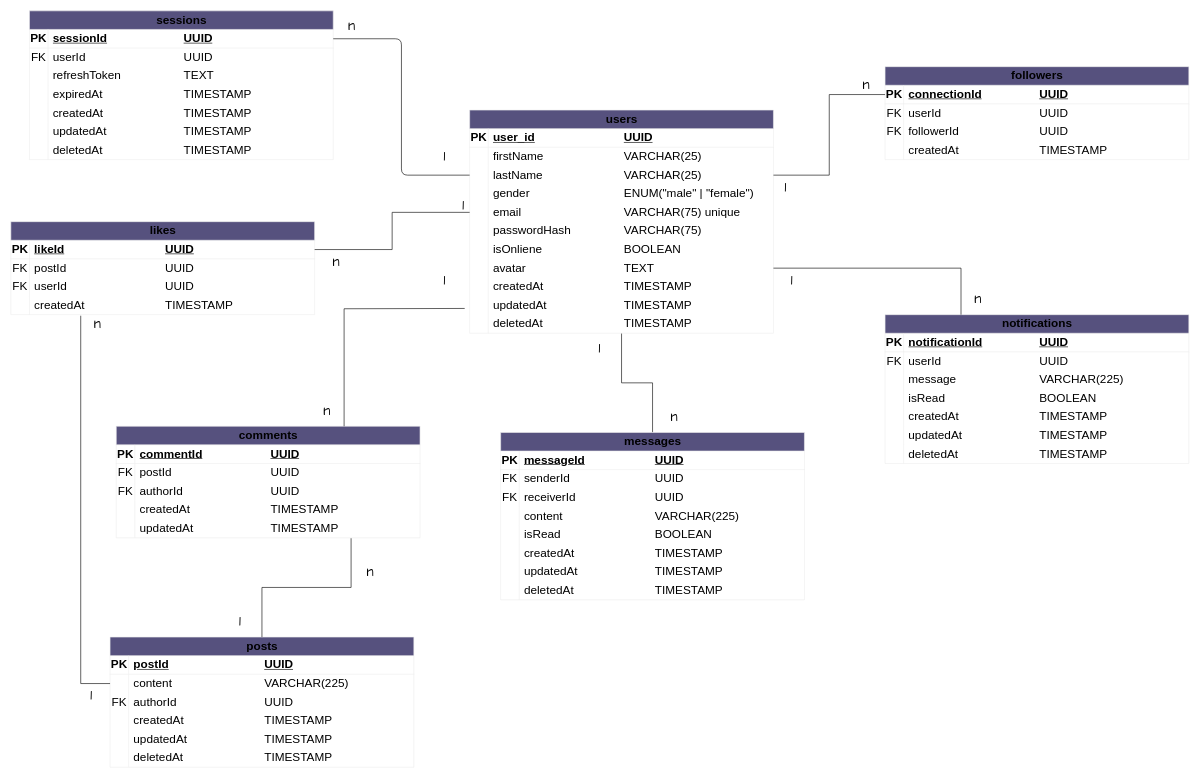
The draw.io diagram ERD/lyra-erd.drawio in Novpa/Lyra, before the edit. Source tidied: cells renumbered, new cells numbered last; positions are measured from the earlier drawing's top-left corner, leaving out a move shared by most shapes. Both pictures are drawn from the tidied source at 62%, with x=0, y=0 at pixel (11, 11).
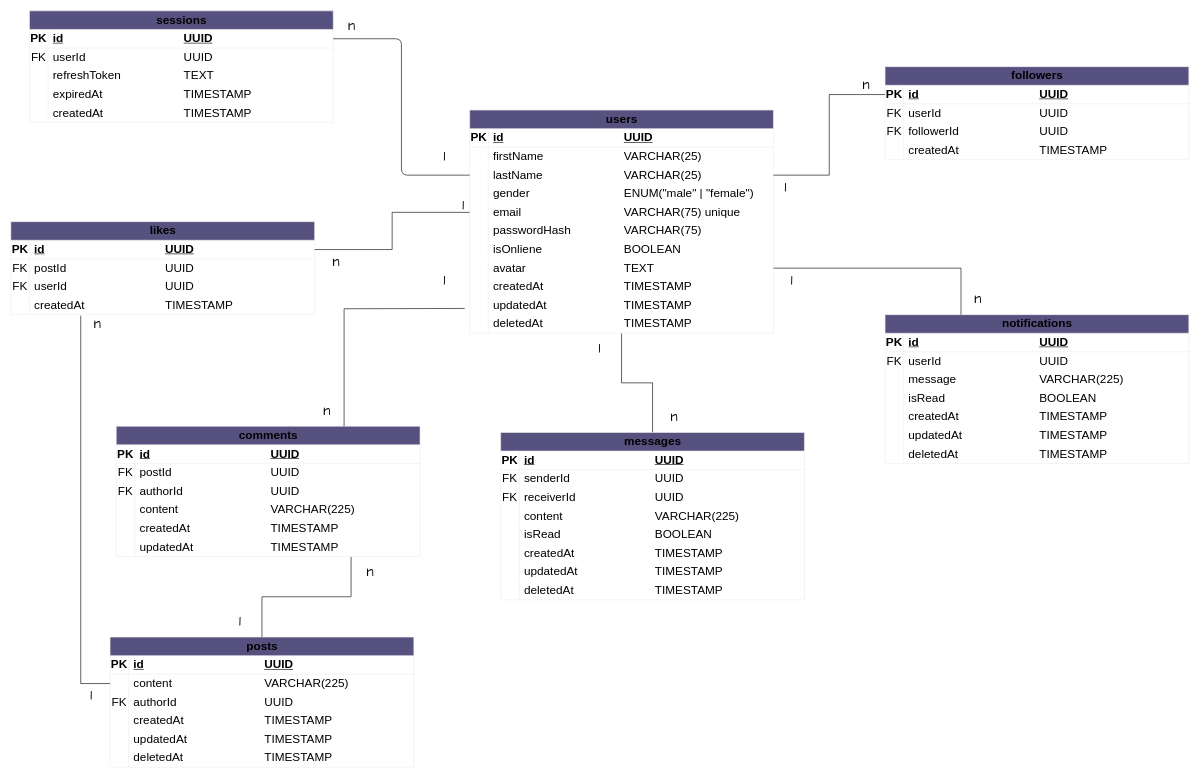
Above is the later version.

Commit message (it also covers changes not shown here):
feat: update ERD and database schema for social features

The change refers to these unchanged cells:
```xml
<mxCell id="4" style="shape=tableRow;horizontal=0;startSize=0;swimlaneHead=0;swimlaneBody=0;fillColor=none;top=0;left=0;right=0;bottom=1;fontSize=19;labelBackgroundColor=none;strokeColor=#EEEEEE;fontColor=light-dark(#000000,#FFFFFF);rounded=0;" parent="3" vertex="1">
  <mxGeometry y="30" width="490" height="30" as="geometry" />
</mxCell>
<mxCell id="38" style="shape=tableRow;horizontal=0;startSize=0;swimlaneHead=0;swimlaneBody=0;fillColor=none;points=[[0,0.5],[1,0.5]];portConstraint=eastwest;top=0;left=0;right=0;bottom=1;fontSize=19;labelBackgroundColor=none;strokeColor=#EEEEEE;fontColor=light-dark(#000000,#FFFFFF);rounded=0;" parent="37" vertex="1">
  <mxGeometry y="30" width="490" height="30" as="geometry" />
</mxCell>
<mxCell id="63" style="shape=tableRow;horizontal=0;startSize=0;swimlaneHead=0;swimlaneBody=0;fillColor=none;top=0;left=0;right=0;bottom=1;fontSize=19;labelBackgroundColor=none;strokeColor=#EEEEEE;fontColor=light-dark(#000000,#FFFFFF);rounded=0;" parent="62" vertex="1">
  <mxGeometry y="30" width="490" height="30" as="geometry" />
</mxCell>
<mxCell id="79" style="shape=tableRow;horizontal=0;startSize=0;swimlaneHead=0;swimlaneBody=0;fillColor=none;top=0;left=0;right=0;bottom=1;fontSize=19;labelBackgroundColor=none;strokeColor=#EEEEEE;fontColor=light-dark(#000000,#FFFFFF);rounded=0;" parent="78" vertex="1">
  <mxGeometry y="30" width="490" height="30" as="geometry" />
</mxCell>
<mxCell id="103" style="shape=tableRow;horizontal=0;startSize=0;swimlaneHead=0;swimlaneBody=0;fillColor=none;top=0;left=0;right=0;bottom=1;fontSize=19;labelBackgroundColor=none;strokeColor=#EEEEEE;fontColor=light-dark(#000000,#FFFFFF);rounded=0;" parent="102" vertex="1">
  <mxGeometry y="30" width="490" height="30" as="geometry" />
</mxCell>
<mxCell id="130" style="shape=tableRow;horizontal=0;startSize=0;swimlaneHead=0;swimlaneBody=0;fillColor=none;top=0;left=0;right=0;bottom=1;fontSize=19;labelBackgroundColor=none;strokeColor=#EEEEEE;fontColor=light-dark(#000000,#FFFFFF);rounded=0;" parent="129" vertex="1">
  <mxGeometry y="30" width="490" height="30" as="geometry" />
</mxCell>
<mxCell id="155" style="shape=tableRow;horizontal=0;startSize=0;swimlaneHead=0;swimlaneBody=0;fillColor=none;points=[[0,0.5],[1,0.5]];portConstraint=eastwest;top=0;left=0;right=0;bottom=1;fontSize=19;labelBackgroundColor=none;strokeColor=#EEEEEE;fontColor=light-dark(#000000,#FFFFFF);rounded=0;" parent="154" vertex="1">
  <mxGeometry y="30" width="490" height="30" as="geometry" />
</mxCell>
<mxCell id="168" style="shape=tableRow;horizontal=0;startSize=0;swimlaneHead=0;swimlaneBody=0;fillColor=none;points=[[0,0.5],[1,0.5]];portConstraint=eastwest;top=0;left=0;right=0;bottom=1;fontSize=19;labelBackgroundColor=none;strokeColor=#EEEEEE;fontColor=light-dark(#000000,#FFFFFF);rounded=0;" parent="167" vertex="1">
  <mxGeometry y="30" width="490" height="30" as="geometry" />
</mxCell>
```

Change to the diagram source:
```diff
@@
-    <mxCell id="6" value="user_id&lt;span style=&quot;white-space: pre;&quot;&gt;&#9;&lt;/span&gt;&lt;span style=&quot;white-space: pre;&quot;&gt;&#9;&lt;/span&gt;&lt;span style=&quot;white-space: pre;&quot;&gt;&#9;&lt;/span&gt;&lt;span style=&quot;white-space: pre;&quot;&gt;&#9;&lt;/span&gt;UUID" style="shape=partialRectangle;fillColor=none;top=0;left=0;bottom=0;right=0;align=left;spacingLeft=6;fontStyle=5;overflow=hidden;whiteSpace=wrap;html=1;fontSize=19;labelBackgroundColor=none;strokeColor=#EEEEEE;fontColor=light-dark(#000000,#FFFFFF);rounded=0;" parent="4" vertex="1">
+    <mxCell id="6" value="id&lt;span style=&quot;white-space: pre;&quot;&gt;&#9;&lt;/span&gt;&lt;span style=&quot;white-space: pre;&quot;&gt;&#9;&lt;/span&gt;&lt;span style=&quot;white-space: pre;&quot;&gt;&#9;&lt;/span&gt;&lt;span style=&quot;white-space: pre;&quot;&gt;&#9;&lt;/span&gt;&lt;span style=&quot;white-space: pre;&quot;&gt;&#9;&lt;/span&gt;UUID" style="shape=partialRectangle;fillColor=none;top=0;left=0;bottom=0;right=0;align=left;spacingLeft=6;fontStyle=5;overflow=hidden;whiteSpace=wrap;html=1;fontSize=19;labelBackgroundColor=none;strokeColor=#EEEEEE;fontColor=light-dark(#000000,#FFFFFF);rounded=0;" parent="4" vertex="1">
       <mxGeometry x="30" width="460" height="30" as="geometry" />
     </mxCell>
@@
     <mxCell id="37" value="sessions" style="shape=table;startSize=30;childLayout=tableLayout;rowLines=0;fontStyle=1;align=center;html=1;fontSize=19;labelBackgroundColor=none;fillColor=#56517E;strokeColor=#EEEEEE;fontColor=light-dark(#000000,#FFFFFF);rounded=0;" parent="1" vertex="1">
-      <mxGeometry x="30" width="490" height="240" as="geometry" />
+      <mxGeometry x="30" width="490" height="180" as="geometry" />
     </mxCell>
@@
-    <mxCell id="40" value="sessionId&lt;span style=&quot;white-space: pre;&quot;&gt;&#9;&lt;/span&gt;&lt;span style=&quot;white-space: pre;&quot;&gt;&#9;&lt;/span&gt;&lt;span style=&quot;white-space: pre;&quot;&gt;&#9;&lt;/span&gt;UUID" style="shape=partialRectangle;fillColor=none;top=0;left=0;bottom=0;right=0;align=left;spacingLeft=6;fontStyle=5;overflow=hidden;whiteSpace=wrap;html=1;fontSize=19;labelBackgroundColor=none;strokeColor=#EEEEEE;fontColor=light-dark(#000000,#FFFFFF);rounded=0;" parent="38" vertex="1">
+    <mxCell id="40" value="id&lt;span style=&quot;white-space: pre;&quot;&gt;&#9;&lt;/span&gt;&lt;span style=&quot;white-space: pre;&quot;&gt;&#9;&lt;/span&gt;&lt;span style=&quot;white-space: pre;&quot;&gt;&#9;&lt;/span&gt;&lt;span style=&quot;white-space: pre;&quot;&gt;&#9;&lt;/span&gt;&lt;span style=&quot;white-space: pre;&quot;&gt;&#9;&lt;/span&gt;UUID" style="shape=partialRectangle;fillColor=none;top=0;left=0;bottom=0;right=0;align=left;spacingLeft=6;fontStyle=5;overflow=hidden;whiteSpace=wrap;html=1;fontSize=19;labelBackgroundColor=none;strokeColor=#EEEEEE;fontColor=light-dark(#000000,#FFFFFF);rounded=0;" parent="38" vertex="1">
       <mxGeometry x="30" width="460" height="30" as="geometry" />
     </mxCell>
@@
-    <mxCell id="53" style="shape=tableRow;horizontal=0;startSize=0;swimlaneHead=0;swimlaneBody=0;fillColor=none;top=0;left=0;right=0;bottom=0;fontSize=19;labelBackgroundColor=none;strokeColor=#EEEEEE;fontColor=light-dark(#000000,#FFFFFF);rounded=0;" parent="37" vertex="1">
-      <mxGeometry y="180" width="490" height="30" as="geometry" />
-    </mxCell>
-    <mxCell id="54" style="shape=partialRectangle;fillColor=none;top=0;left=0;bottom=0;right=0;overflow=hidden;whiteSpace=wrap;html=1;fontSize=19;labelBackgroundColor=none;strokeColor=#EEEEEE;fontColor=light-dark(#000000,#FFFFFF);rounded=0;" parent="53" vertex="1">
-      <mxGeometry width="30" height="30" as="geometry" />
-    </mxCell>
-    <mxCell id="55" value="updatedAt&lt;span style=&quot;white-space: pre;&quot;&gt;&#9;&lt;/span&gt;&lt;span style=&quot;white-space: pre;&quot;&gt;&#9;&lt;/span&gt;&lt;span style=&quot;white-space: pre;&quot;&gt;&#9;&lt;/span&gt;TIMESTAMP" style="shape=partialRectangle;fillColor=none;top=0;left=0;bottom=0;right=0;align=left;spacingLeft=6;overflow=hidden;whiteSpace=wrap;html=1;fontSize=19;labelBackgroundColor=none;strokeColor=#EEEEEE;fontColor=light-dark(#000000,#FFFFFF);rounded=0;" parent="53" vertex="1">
-      <mxGeometry x="30" width="460" height="30" as="geometry" />
-    </mxCell>
-    <mxCell id="56" style="shape=tableRow;horizontal=0;startSize=0;swimlaneHead=0;swimlaneBody=0;fillColor=none;top=0;left=0;right=0;bottom=0;fontSize=19;labelBackgroundColor=none;strokeColor=#EEEEEE;fontColor=light-dark(#000000,#FFFFFF);rounded=0;" parent="37" vertex="1">
-      <mxGeometry y="210" width="490" height="30" as="geometry" />
-    </mxCell>
-    <mxCell id="57" style="shape=partialRectangle;fillColor=none;top=0;left=0;bottom=0;right=0;overflow=hidden;whiteSpace=wrap;html=1;fontSize=19;labelBackgroundColor=none;strokeColor=#EEEEEE;fontColor=light-dark(#000000,#FFFFFF);rounded=0;" parent="56" vertex="1">
-      <mxGeometry width="30" height="30" as="geometry" />
-    </mxCell>
-    <mxCell id="58" value="deletedAt&lt;span style=&quot;white-space: pre;&quot;&gt;&#9;&lt;/span&gt;&lt;span style=&quot;white-space: pre;&quot;&gt;&#9;&lt;/span&gt;&lt;span style=&quot;white-space: pre;&quot;&gt;&#9;&lt;/span&gt;&lt;span style=&quot;white-space: pre;&quot;&gt;&#9;&lt;/span&gt;TIMESTAMP" style="shape=partialRectangle;fillColor=none;top=0;left=0;bottom=0;right=0;align=left;spacingLeft=6;overflow=hidden;whiteSpace=wrap;html=1;fontSize=19;labelBackgroundColor=none;strokeColor=#EEEEEE;fontColor=light-dark(#000000,#FFFFFF);rounded=0;" parent="56" vertex="1">
-      <mxGeometry x="30" width="460" height="30" as="geometry" />
-    </mxCell>
@@
     <mxCell id="62" value="comments" style="shape=table;startSize=30;childLayout=tableLayout;rowLines=0;fontStyle=1;align=center;html=1;fontSize=19;labelBackgroundColor=none;fillColor=#56517E;strokeColor=#EEEEEE;fontColor=light-dark(#000000,#FFFFFF);rounded=0;" parent="1" vertex="1">
-      <mxGeometry x="170" y="670" width="490" height="180" as="geometry" />
+      <mxGeometry x="170" y="670" width="490" height="210" as="geometry" />
     </mxCell>
@@
-    <mxCell id="65" value="commentId&lt;span style=&quot;white-space: pre;&quot;&gt;&#9;&lt;/span&gt;&lt;span style=&quot;white-space: pre;&quot;&gt;&#9;&lt;/span&gt;&lt;span style=&quot;white-space: pre;&quot;&gt;&#9;&lt;/span&gt;UUID" style="shape=partialRectangle;fillColor=none;top=0;left=0;bottom=0;right=0;align=left;spacingLeft=6;fontStyle=5;overflow=hidden;whiteSpace=wrap;html=1;fontSize=19;labelBackgroundColor=none;strokeColor=#EEEEEE;fontColor=light-dark(#000000,#FFFFFF);rounded=0;" parent="63" vertex="1">
+    <mxCell id="65" value="id&lt;span style=&quot;white-space: pre;&quot;&gt;&#9;&lt;/span&gt;&lt;span style=&quot;white-space: pre;&quot;&gt;&#9;&lt;/span&gt;&lt;span style=&quot;white-space: pre;&quot;&gt;&#9;&lt;/span&gt;&lt;span style=&quot;white-space: pre;&quot;&gt;&#9;&lt;/span&gt;&lt;span style=&quot;white-space: pre;&quot;&gt;&#9;&lt;/span&gt;UUID" style="shape=partialRectangle;fillColor=none;top=0;left=0;bottom=0;right=0;align=left;spacingLeft=6;fontStyle=5;overflow=hidden;whiteSpace=wrap;html=1;fontSize=19;labelBackgroundColor=none;strokeColor=#EEEEEE;fontColor=light-dark(#000000,#FFFFFF);rounded=0;" parent="63" vertex="1">
       <mxGeometry x="30" width="460" height="30" as="geometry" />
     </mxCell>
@@
+    <mxCell id="190" style="shape=tableRow;horizontal=0;startSize=0;swimlaneHead=0;swimlaneBody=0;fillColor=none;top=0;left=0;right=0;bottom=0;fontSize=19;labelBackgroundColor=none;strokeColor=#EEEEEE;fontColor=light-dark(#000000,#FFFFFF);rounded=0;" parent="62" vertex="1">
+      <mxGeometry y="120" width="490" height="30" as="geometry" />
+    </mxCell>
+    <mxCell id="191" style="shape=partialRectangle;fillColor=none;top=0;left=0;bottom=0;right=0;overflow=hidden;whiteSpace=wrap;html=1;fontSize=19;labelBackgroundColor=none;strokeColor=#EEEEEE;fontColor=light-dark(#000000,#FFFFFF);rounded=0;" parent="190" vertex="1">
+      <mxGeometry width="30" height="30" as="geometry" />
+    </mxCell>
+    <mxCell id="192" value="content&lt;span style=&quot;white-space: pre;&quot;&gt;&#9;&lt;/span&gt;&lt;span style=&quot;white-space: pre;&quot;&gt;&#9;&lt;/span&gt;&lt;span style=&quot;white-space: pre;&quot;&gt;&#9;&lt;span style=&quot;white-space: pre;&quot;&gt;&#9;&lt;/span&gt;V&lt;/span&gt;ARCHAR(225)" style="shape=partialRectangle;fillColor=none;top=0;left=0;bottom=0;right=0;align=left;spacingLeft=6;overflow=hidden;whiteSpace=wrap;html=1;fontSize=19;labelBackgroundColor=none;strokeColor=#EEEEEE;fontColor=light-dark(#000000,#FFFFFF);rounded=0;" parent="190" vertex="1">
+      <mxGeometry x="30" width="460" height="30" as="geometry" />
+    </mxCell>
     <mxCell id="72" style="shape=tableRow;horizontal=0;startSize=0;swimlaneHead=0;swimlaneBody=0;fillColor=none;top=0;left=0;right=0;bottom=0;fontSize=19;labelBackgroundColor=none;strokeColor=#EEEEEE;fontColor=light-dark(#000000,#FFFFFF);rounded=0;" parent="62" vertex="1">
-      <mxGeometry y="120" width="490" height="30" as="geometry" />
+      <mxGeometry y="150" width="490" height="30" as="geometry" />
     </mxCell>
@@
     <mxCell id="75" style="shape=tableRow;horizontal=0;startSize=0;swimlaneHead=0;swimlaneBody=0;fillColor=none;points=[[0,0.5],[1,0.5]];portConstraint=eastwest;top=0;left=0;right=0;bottom=0;fontSize=19;labelBackgroundColor=none;strokeColor=#EEEEEE;fontColor=light-dark(#000000,#FFFFFF);rounded=0;" parent="62" vertex="1">
-      <mxGeometry y="150" width="490" height="30" as="geometry" />
+      <mxGeometry y="180" width="490" height="30" as="geometry" />
     </mxCell>
@@
-    <mxCell id="81" value="postId&lt;span style=&quot;white-space: pre;&quot;&gt;&#9;&lt;/span&gt;&lt;span style=&quot;white-space: pre;&quot;&gt;&#9;&lt;/span&gt;&lt;span style=&quot;white-space: pre;&quot;&gt;&#9;&lt;/span&gt;&lt;span style=&quot;white-space: pre;&quot;&gt;&#9;&lt;/span&gt;UUID" style="shape=partialRectangle;fillColor=none;top=0;left=0;bottom=0;right=0;align=left;spacingLeft=6;fontStyle=5;overflow=hidden;whiteSpace=wrap;html=1;fontSize=19;labelBackgroundColor=none;strokeColor=#EEEEEE;fontColor=light-dark(#000000,#FFFFFF);rounded=0;" parent="79" vertex="1">
+    <mxCell id="81" value="id&lt;span style=&quot;white-space: pre;&quot;&gt;&#9;&lt;/span&gt;&lt;span style=&quot;white-space: pre;&quot;&gt;&#9;&lt;/span&gt;&lt;span style=&quot;white-space: pre;&quot;&gt;&#9;&lt;/span&gt;&lt;span style=&quot;white-space: pre;&quot;&gt;&#9;&lt;/span&gt;&lt;span style=&quot;white-space: pre;&quot;&gt;&#9;&lt;/span&gt;UUID" style="shape=partialRectangle;fillColor=none;top=0;left=0;bottom=0;right=0;align=left;spacingLeft=6;fontStyle=5;overflow=hidden;whiteSpace=wrap;html=1;fontSize=19;labelBackgroundColor=none;strokeColor=#EEEEEE;fontColor=light-dark(#000000,#FFFFFF);rounded=0;" parent="79" vertex="1">
       <mxGeometry x="30" width="460" height="30" as="geometry" />
     </mxCell>
@@
-    <mxCell id="105" value="messageId&lt;span style=&quot;white-space: pre;&quot;&gt;&#9;&lt;/span&gt;&lt;span style=&quot;white-space: pre;&quot;&gt;&#9;&lt;/span&gt;&lt;span style=&quot;white-space: pre;&quot;&gt;&#9;&lt;/span&gt;UUID" style="shape=partialRectangle;fillColor=none;top=0;left=0;bottom=0;right=0;align=left;spacingLeft=6;fontStyle=5;overflow=hidden;whiteSpace=wrap;html=1;fontSize=19;labelBackgroundColor=none;strokeColor=#EEEEEE;fontColor=light-dark(#000000,#FFFFFF);rounded=0;" parent="103" vertex="1">
+    <mxCell id="105" value="id&lt;span style=&quot;white-space: pre;&quot;&gt;&#9;&lt;/span&gt;&lt;span style=&quot;white-space: pre;&quot;&gt;&#9;&lt;/span&gt;&lt;span style=&quot;white-space: pre;&quot;&gt;&#9;&lt;/span&gt;&lt;span style=&quot;white-space: pre;&quot;&gt;&#9;&lt;/span&gt;&lt;span style=&quot;white-space: pre;&quot;&gt;&#9;&lt;/span&gt;UUID" style="shape=partialRectangle;fillColor=none;top=0;left=0;bottom=0;right=0;align=left;spacingLeft=6;fontStyle=5;overflow=hidden;whiteSpace=wrap;html=1;fontSize=19;labelBackgroundColor=none;strokeColor=#EEEEEE;fontColor=light-dark(#000000,#FFFFFF);rounded=0;" parent="103" vertex="1">
       <mxGeometry x="30" width="460" height="30" as="geometry" />
     </mxCell>
@@
-    <mxCell id="132" value="notificationId&lt;span style=&quot;white-space: pre;&quot;&gt;&#9;&lt;/span&gt;&lt;span style=&quot;white-space: pre;&quot;&gt;&#9;&lt;/span&gt;&lt;span style=&quot;white-space: pre;&quot;&gt;&#9;&lt;/span&gt;UUID" style="shape=partialRectangle;fillColor=none;top=0;left=0;bottom=0;right=0;align=left;spacingLeft=6;fontStyle=5;overflow=hidden;whiteSpace=wrap;html=1;fontSize=19;labelBackgroundColor=none;strokeColor=#EEEEEE;fontColor=light-dark(#000000,#FFFFFF);rounded=0;" parent="130" vertex="1">
+    <mxCell id="132" value="id&lt;span style=&quot;white-space: pre;&quot;&gt;&#9;&lt;/span&gt;&lt;span style=&quot;white-space: pre;&quot;&gt;&#9;&lt;/span&gt;&lt;span style=&quot;white-space: pre;&quot;&gt;&#9;&lt;/span&gt;&lt;span style=&quot;white-space: pre;&quot;&gt;&#9;&lt;/span&gt;&lt;span style=&quot;white-space: pre;&quot;&gt;&#9;&lt;/span&gt;UUID" style="shape=partialRectangle;fillColor=none;top=0;left=0;bottom=0;right=0;align=left;spacingLeft=6;fontStyle=5;overflow=hidden;whiteSpace=wrap;html=1;fontSize=19;labelBackgroundColor=none;strokeColor=#EEEEEE;fontColor=light-dark(#000000,#FFFFFF);rounded=0;" parent="130" vertex="1">
       <mxGeometry x="30" width="460" height="30" as="geometry" />
     </mxCell>
@@
-    <mxCell id="157" value="connectionId&lt;span style=&quot;white-space: pre;&quot;&gt;&#9;&lt;/span&gt;&lt;span style=&quot;white-space: pre;&quot;&gt;&#9;&lt;/span&gt;&lt;span style=&quot;white-space: pre;&quot;&gt;&#9;&lt;/span&gt;UUID" style="shape=partialRectangle;fillColor=none;top=0;left=0;bottom=0;right=0;align=left;spacingLeft=6;fontStyle=5;overflow=hidden;whiteSpace=wrap;html=1;fontSize=19;labelBackgroundColor=none;strokeColor=#EEEEEE;fontColor=light-dark(#000000,#FFFFFF);rounded=0;" parent="155" vertex="1">
+    <mxCell id="157" value="id&lt;span style=&quot;white-space: pre;&quot;&gt;&#9;&lt;/span&gt;&lt;span style=&quot;white-space: pre;&quot;&gt;&#9;&lt;/span&gt;&lt;span style=&quot;white-space: pre;&quot;&gt;&#9;&lt;/span&gt;&lt;span style=&quot;white-space: pre;&quot;&gt;&#9;&lt;/span&gt;&lt;span style=&quot;white-space: pre;&quot;&gt;&#9;&lt;/span&gt;UUID" style="shape=partialRectangle;fillColor=none;top=0;left=0;bottom=0;right=0;align=left;spacingLeft=6;fontStyle=5;overflow=hidden;whiteSpace=wrap;html=1;fontSize=19;labelBackgroundColor=none;strokeColor=#EEEEEE;fontColor=light-dark(#000000,#FFFFFF);rounded=0;" parent="155" vertex="1">
       <mxGeometry x="30" width="460" height="30" as="geometry" />
     </mxCell>
@@
-    <mxCell id="170" value="likeId&lt;span style=&quot;white-space: pre;&quot;&gt;&#9;&lt;/span&gt;&lt;span style=&quot;white-space: pre;&quot;&gt;&#9;&lt;/span&gt;&lt;span style=&quot;white-space: pre;&quot;&gt;&#9;&lt;/span&gt;&lt;span style=&quot;white-space: pre;&quot;&gt;&#9;&lt;/span&gt;UUID" style="shape=partialRectangle;fillColor=none;top=0;left=0;bottom=0;right=0;align=left;spacingLeft=6;fontStyle=5;overflow=hidden;whiteSpace=wrap;html=1;fontSize=19;labelBackgroundColor=none;strokeColor=#EEEEEE;fontColor=light-dark(#000000,#FFFFFF);rounded=0;" parent="168" vertex="1">
+    <mxCell id="170" value="id&lt;span style=&quot;white-space: pre;&quot;&gt;&#9;&lt;/span&gt;&lt;span style=&quot;white-space: pre;&quot;&gt;&#9;&lt;/span&gt;&lt;span style=&quot;white-space: pre;&quot;&gt;&#9;&lt;/span&gt;&lt;span style=&quot;white-space: pre;&quot;&gt;&#9;&lt;/span&gt;&lt;span style=&quot;white-space: pre;&quot;&gt;&#9;&lt;/span&gt;UUID" style="shape=partialRectangle;fillColor=none;top=0;left=0;bottom=0;right=0;align=left;spacingLeft=6;fontStyle=5;overflow=hidden;whiteSpace=wrap;html=1;fontSize=19;labelBackgroundColor=none;strokeColor=#EEEEEE;fontColor=light-dark(#000000,#FFFFFF);rounded=0;" parent="168" vertex="1">
       <mxGeometry x="30" width="460" height="30" as="geometry" />
     </mxCell>
```
